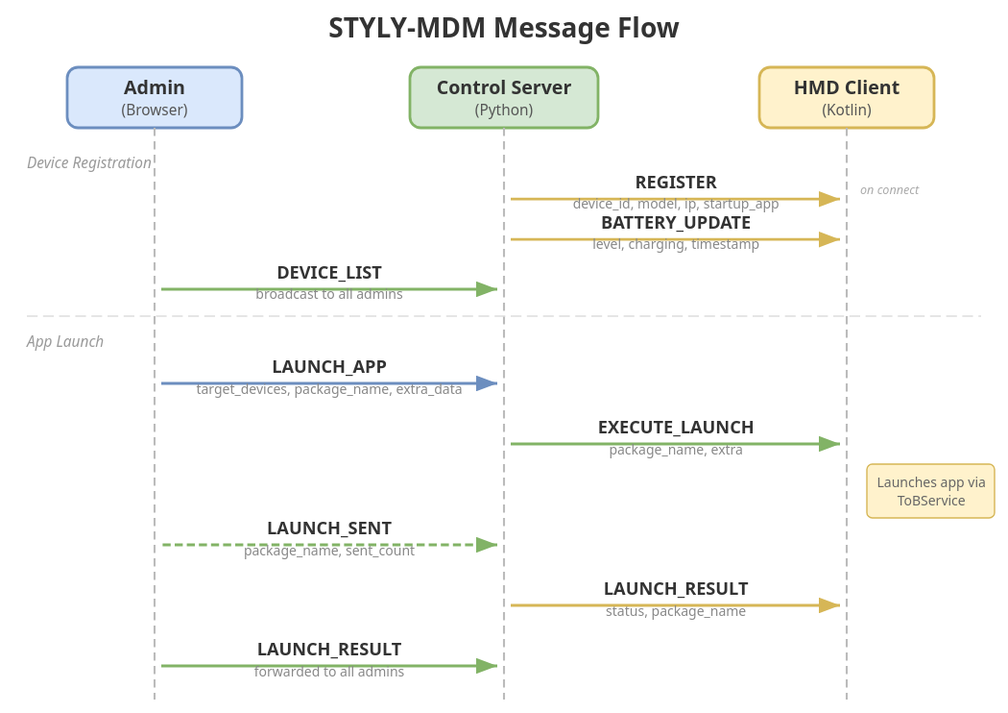
Above: docs/message-flow.drawio.svg in styly-dev/STYLY-MDM (draw.io), before the change. Source tidied: cells renumbered, new cells last; positions are measured from the earlier drawing's top-left corner, leaving out a move shared by most shapes.
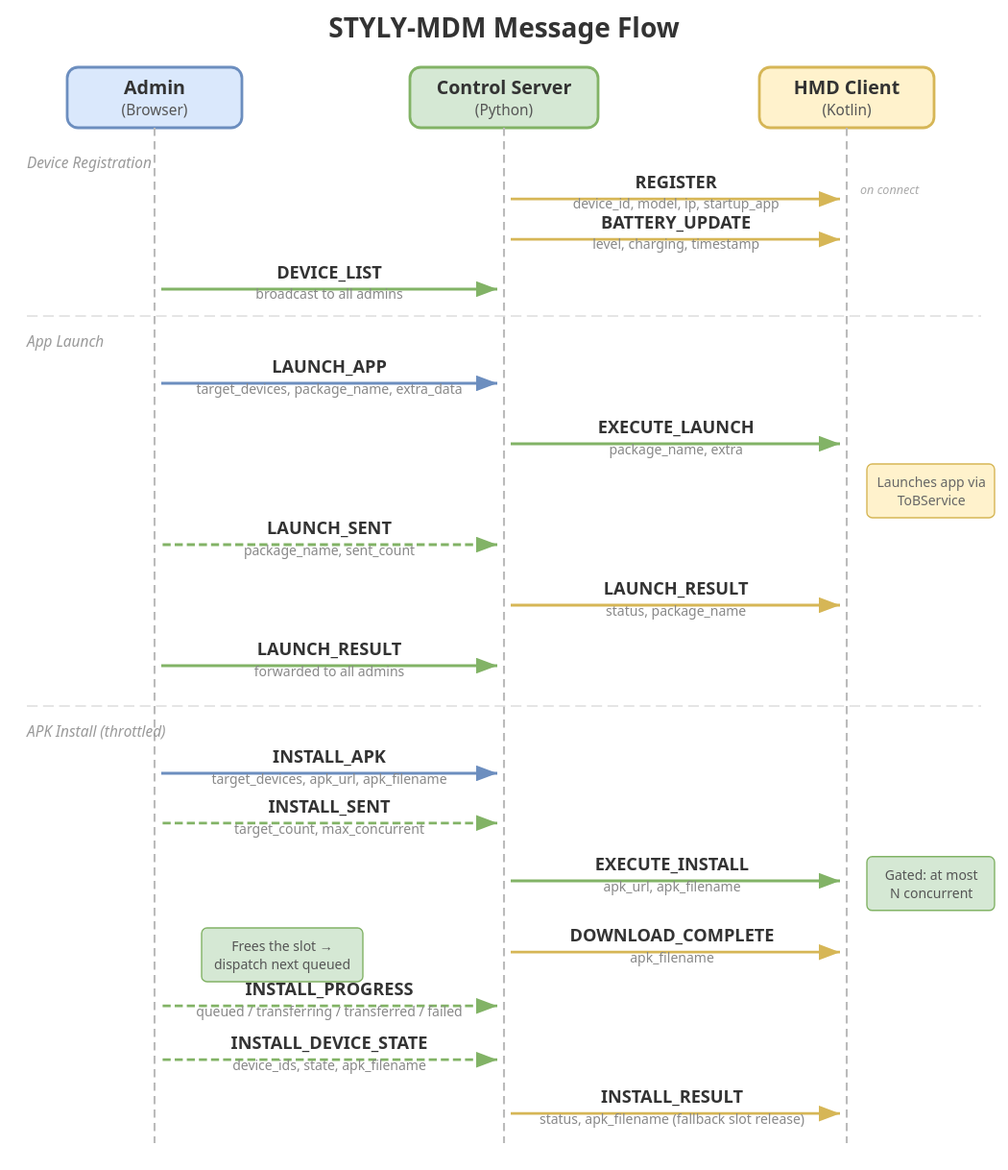
Above is the later version.

Commit message:
feat: throttle concurrent APK install transfers and show per-device install state (#35) (#40)

The edit, as a diff of the source:
```diff
@@ -17,19 +17,19 @@
     <mxCell id="6" style="endArrow=none;dashed=1;dashPattern=4 4;strokeColor=#999999;" parent="1" edge="1">
       <mxGeometry relative="1" as="geometry">
         <mxPoint x="110" y="90" as="sourcePoint" />
-        <mxPoint x="110" y="510" as="targetPoint" />
+        <mxPoint x="110" y="790" as="targetPoint" />
       </mxGeometry>
     </mxCell>
     <mxCell id="7" style="endArrow=none;dashed=1;dashPattern=4 4;strokeColor=#999999;" parent="1" edge="1">
       <mxGeometry relative="1" as="geometry">
         <mxPoint x="365" y="90" as="sourcePoint" />
-        <mxPoint x="365" y="510" as="targetPoint" />
+        <mxPoint x="365" y="790" as="targetPoint" />
       </mxGeometry>
     </mxCell>
     <mxCell id="8" style="endArrow=none;dashed=1;dashPattern=4 4;strokeColor=#999999;" parent="1" edge="1">
       <mxGeometry relative="1" as="geometry">
         <mxPoint x="620" y="90" as="sourcePoint" />
-        <mxPoint x="620" y="510" as="targetPoint" />
+        <mxPoint x="620" y="790" as="targetPoint" />
       </mxGeometry>
     </mxCell>
     <mxCell id="9" value="&lt;i&gt;Device Registration&lt;/i&gt;" style="text;html=1;align=left;verticalAlign=middle;fontColor=#888888;fontSize=10;" parent="1" vertex="1">
@@ -127,5 +127,97 @@
         <mxPoint y="-5" as="offset" />
       </mxGeometry>
     </mxCell>
+    <mxCell id="28" style="endArrow=none;dashed=1;dashPattern=8 4;strokeColor=#CCCCCC;" parent="1" edge="1">
+      <mxGeometry relative="1" as="geometry">
+        <mxPoint x="20" y="495" as="sourcePoint" />
+        <mxPoint x="710" y="495" as="targetPoint" />
+      </mxGeometry>
+    </mxCell>
+    <mxCell id="29" value="&lt;i&gt;APK Install (throttled)&lt;/i&gt;" style="text;html=1;align=left;verticalAlign=middle;fontColor=#888888;fontSize=10;" parent="1" vertex="1">
+      <mxGeometry y="505" width="160" height="20" as="geometry" />
+    </mxCell>
+    <mxCell id="30" style="endArrow=block;endFill=1;strokeWidth=2;strokeColor=#6c8ebf;" parent="1" edge="1">
+      <mxGeometry relative="1" as="geometry">
+        <mxPoint x="110" y="535" as="sourcePoint" />
+        <mxPoint x="365" y="535" as="targetPoint" />
+      </mxGeometry>
+    </mxCell>
+    <mxCell id="31" value="&lt;b&gt;INSTALL_APK&lt;/b&gt;&lt;br&gt;&lt;font style=&quot;font-size:9px;color:#666&quot;&gt;target_devices, apk_url, apk_filename&lt;/font&gt;" style="edgeLabel;html=1;align=center;verticalAlign=bottom;" parent="30" vertex="1">
+      <mxGeometry x="-0.1" relative="1" as="geometry">
+        <mxPoint y="-5" as="offset" />
+      </mxGeometry>
+    </mxCell>
+    <mxCell id="32" style="endArrow=block;endFill=1;strokeWidth=2;strokeColor=#82b366;dashed=1;" parent="1" edge="1">
+      <mxGeometry relative="1" as="geometry">
+        <mxPoint x="365" y="575" as="sourcePoint" />
+        <mxPoint x="110" y="575" as="targetPoint" />
+      </mxGeometry>
+    </mxCell>
+    <mxCell id="33" value="&lt;b&gt;INSTALL_SENT&lt;/b&gt;&lt;br&gt;&lt;font style=&quot;font-size:9px;color:#666&quot;&gt;target_count, max_concurrent&lt;/font&gt;" style="edgeLabel;html=1;align=center;verticalAlign=bottom;" parent="32" vertex="1">
+      <mxGeometry x="0.1" relative="1" as="geometry">
+        <mxPoint y="-5" as="offset" />
+      </mxGeometry>
+    </mxCell>
+    <mxCell id="34" style="endArrow=block;endFill=1;strokeWidth=2;strokeColor=#82b366;" parent="1" edge="1">
+      <mxGeometry relative="1" as="geometry">
+        <mxPoint x="365" y="615" as="sourcePoint" />
+        <mxPoint x="620" y="615" as="targetPoint" />
+      </mxGeometry>
+    </mxCell>
+    <mxCell id="35" value="&lt;b&gt;EXECUTE_INSTALL&lt;/b&gt;&lt;br&gt;&lt;font style=&quot;font-size:9px;color:#666&quot;&gt;apk_url, apk_filename&lt;/font&gt;" style="edgeLabel;html=1;align=center;verticalAlign=bottom;" parent="34" vertex="1">
+      <mxGeometry x="-0.1" relative="1" as="geometry">
+        <mxPoint y="-5" as="offset" />
+      </mxGeometry>
+    </mxCell>
+    <mxCell id="36" value="Gated: at most&amp;lt;br&amp;gt;N concurrent" style="shape=note;whiteSpace=wrap;html=1;size=14;fillColor=#d5e8d4;strokeColor=#82b366;fontSize=10;align=center;" parent="1" vertex="1">
+      <mxGeometry x="640" y="625" width="95" height="45" as="geometry" />
+    </mxCell>
+    <mxCell id="37" style="endArrow=block;endFill=1;strokeWidth=2;strokeColor=#d6b656;" parent="1" edge="1">
+      <mxGeometry relative="1" as="geometry">
+        <mxPoint x="620" y="680" as="sourcePoint" />
+        <mxPoint x="365" y="680" as="targetPoint" />
+      </mxGeometry>
+    </mxCell>
+    <mxCell id="38" value="&lt;b&gt;DOWNLOAD_COMPLETE&lt;/b&gt;&lt;br&gt;&lt;font style=&quot;font-size:9px;color:#666&quot;&gt;apk_filename&lt;/font&gt;" style="edgeLabel;html=1;align=center;verticalAlign=bottom;" parent="37" vertex="1">
+      <mxGeometry x="0.1" relative="1" as="geometry">
+        <mxPoint y="-5" as="offset" />
+      </mxGeometry>
+    </mxCell>
+    <mxCell id="39" value="Frees the slot -&amp;gt;&amp;lt;br&amp;gt;dispatch next queued" style="shape=note;whiteSpace=wrap;html=1;size=14;fillColor=#d5e8d4;strokeColor=#82b366;fontSize=10;align=center;" parent="1" vertex="1">
+      <mxGeometry x="140" y="670" width="140" height="45" as="geometry" />
+    </mxCell>
+    <mxCell id="40" style="endArrow=block;endFill=1;strokeWidth=2;strokeColor=#82b366;dashed=1;" parent="1" edge="1">
+      <mxGeometry relative="1" as="geometry">
+        <mxPoint x="365" y="720" as="sourcePoint" />
+        <mxPoint x="110" y="720" as="targetPoint" />
+      </mxGeometry>
+    </mxCell>
+    <mxCell id="41" value="&lt;b&gt;INSTALL_PROGRESS&lt;/b&gt;&lt;br&gt;&lt;font style=&quot;font-size:9px;color:#666&quot;&gt;queued / transferring / transferred / failed&lt;/font&gt;" style="edgeLabel;html=1;align=center;verticalAlign=bottom;" parent="40" vertex="1">
+      <mxGeometry x="0.1" relative="1" as="geometry">
+        <mxPoint y="-5" as="offset" />
+      </mxGeometry>
+    </mxCell>
+    <mxCell id="42" style="endArrow=block;endFill=1;strokeWidth=2;strokeColor=#82b366;dashed=1;" parent="1" edge="1">
+      <mxGeometry relative="1" as="geometry">
+        <mxPoint x="365" y="760" as="sourcePoint" />
+        <mxPoint x="110" y="760" as="targetPoint" />
+      </mxGeometry>
+    </mxCell>
+    <mxCell id="43" value="&lt;b&gt;INSTALL_DEVICE_STATE&lt;/b&gt;&lt;br&gt;&lt;font style=&quot;font-size:9px;color:#666&quot;&gt;device_ids, state, apk_filename&lt;/font&gt;" style="edgeLabel;html=1;align=center;verticalAlign=bottom;" parent="42" vertex="1">
+      <mxGeometry x="0.1" relative="1" as="geometry">
+        <mxPoint y="-5" as="offset" />
+      </mxGeometry>
+    </mxCell>
+    <mxCell id="44" style="endArrow=block;endFill=1;strokeWidth=2;strokeColor=#d6b656;" parent="1" edge="1">
+      <mxGeometry relative="1" as="geometry">
+        <mxPoint x="620" y="800" as="sourcePoint" />
+        <mxPoint x="365" y="800" as="targetPoint" />
+      </mxGeometry>
+    </mxCell>
+    <mxCell id="45" value="&lt;b&gt;INSTALL_RESULT&lt;/b&gt;&lt;br&gt;&lt;font style=&quot;font-size:9px;color:#666&quot;&gt;status, apk_filename (fallback slot release)&lt;/font&gt;" style="edgeLabel;html=1;align=center;verticalAlign=bottom;" parent="44" vertex="1">
+      <mxGeometry x="0.1" relative="1" as="geometry">
+        <mxPoint y="-5" as="offset" />
+      </mxGeometry>
+    </mxCell>
   </root>
 </mxGraphModel>
```
